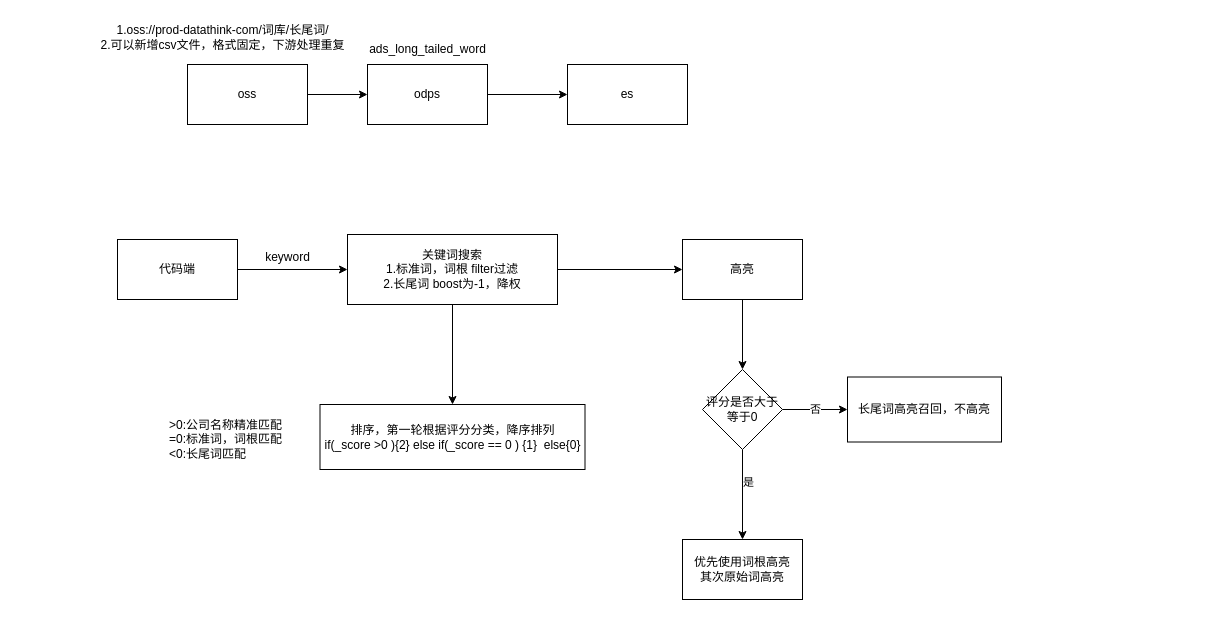
The draw.io diagram es长尾词优化.drawio in HLSO6/draw, before the edit. Source tidied: cells renumbered, new cells numbered last; positions are measured from the earlier drawing's top-left corner, leaving out a move shared by most shapes. Both pictures are drawn from the tidied source at 100%, with x=0, y=0 at pixel (87, 17).
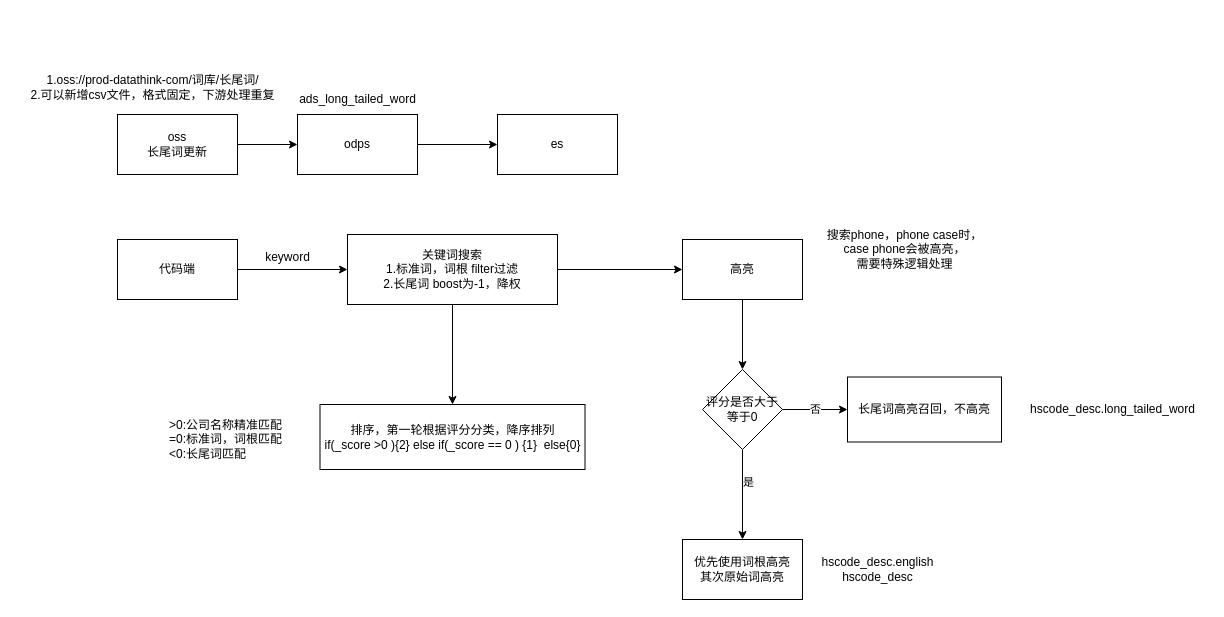
Above is the later version.

Commit message (it also covers changes not shown here):
更新es长尾词优化.drawio

Change to the diagram source:
```diff
@@
-    <mxCell id="3" value="oss" style="rounded=0;whiteSpace=wrap;html=1;" parent="1" vertex="1">
-      <mxGeometry x="100" y="47" width="120" height="60" as="geometry" />
+    <mxCell id="3" value="oss&lt;br&gt;长尾词更新" style="rounded=0;whiteSpace=wrap;html=1;" parent="1" vertex="1">
+      <mxGeometry x="30" y="97" width="120" height="60" as="geometry" />
     </mxCell>
@@
     <mxCell id="5" value="odps" style="rounded=0;whiteSpace=wrap;html=1;" parent="1" vertex="1">
-      <mxGeometry x="280" y="47" width="120" height="60" as="geometry" />
+      <mxGeometry x="210" y="97" width="120" height="60" as="geometry" />
     </mxCell>
     <mxCell id="6" value="es" style="rounded=0;whiteSpace=wrap;html=1;" parent="1" vertex="1">
-      <mxGeometry x="480" y="47" width="120" height="60" as="geometry" />
+      <mxGeometry x="410" y="97" width="120" height="60" as="geometry" />
     </mxCell>
     <mxCell id="7" value="ads_long_tailed_word" style="text;html=1;align=center;verticalAlign=middle;strokeColor=none;fillColor=none;" parent="1" vertex="1">
-      <mxGeometry x="270" y="17" width="140" height="30" as="geometry" />
+      <mxGeometry x="200" y="67" width="140" height="30" as="geometry" />
     </mxCell>
     <mxCell id="8" value="1.oss://prod-datathink-com/词库/长尾词/&lt;br&gt;2.可以新增csv文件，格式固定，下游处理重复" style="text;html=1;align=center;verticalAlign=middle;strokeColor=none;fillColor=none;" parent="1" vertex="1">
-      <mxGeometry width="270" height="40" as="geometry" />
+      <mxGeometry x="-70" y="50" width="270" height="40" as="geometry" />
     </mxCell>
@@
+    <mxCell id="25" value="搜索phone，phone case时， &lt;br&gt;case phone会被高亮，&lt;br&gt;需要特殊逻辑处理" style="text;html=1;align=center;verticalAlign=middle;strokeColor=none;fillColor=none;" parent="1" vertex="1">
+      <mxGeometry x="727" y="202" width="180" height="60" as="geometry" />
+    </mxCell>
+    <mxCell id="26" value="&lt;div&gt;hscode_desc.english&lt;/div&gt;&lt;div&gt;hscode_desc&lt;/div&gt;" style="text;html=1;align=center;verticalAlign=middle;strokeColor=none;fillColor=none;" parent="1" vertex="1">
+      <mxGeometry x="720" y="532" width="140" height="40" as="geometry" />
+    </mxCell>
+    <mxCell id="27" value="hscode_desc.long_tailed_word" style="text;html=1;align=center;verticalAlign=middle;strokeColor=none;fillColor=none;" parent="1" vertex="1">
+      <mxGeometry x="930" y="377" width="190" height="30" as="geometry" />
+    </mxCell>
```
